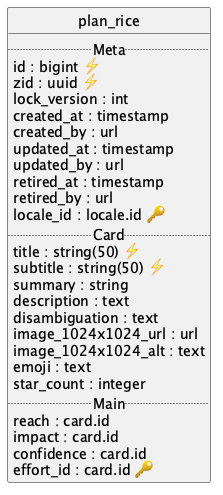
Earlier version of the PlantUML export api/plan_rice/uml/uml.png (contactopensource/contactopensource).
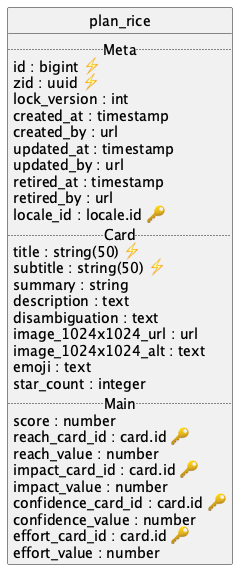
After the change.

The edit, as a diff of the source:
```diff
@@ -26,10 +26,15 @@
   emoji : text
   star_count : integer
   .. Main ..
-  reach : card.id
-  impact : card.id
-  confidence : card.id
-  effort_id : card.id 🔑
+  score : number
+  reach_card_id : card.id 🔑
+  reach_value : number
+  impact_card_id : card.id 🔑
+  impact_value : number
+  confidence_card_id : card.id 🔑
+  confidence_value : number
+  effort_card_id : card.id 🔑
+  effort_value : number
 }
 
 @enduml
```
